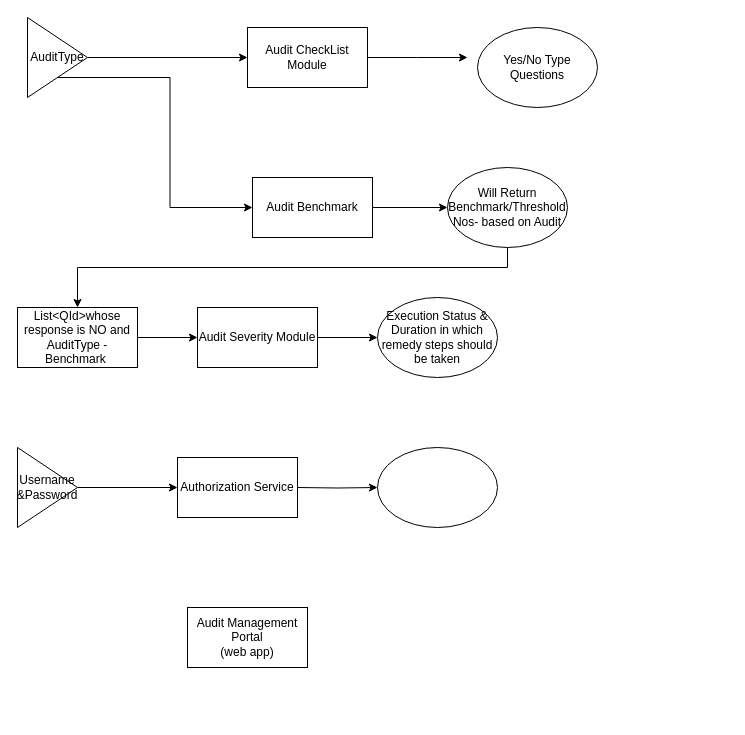
Earlier version of the draw.io diagram Untitled Diagram.drawio (div53/AuditManagement). Source tidied: cells renumbered, new cells numbered last; positions are measured from the earlier drawing's top-left corner, leaving out a move shared by most shapes. Both pictures are drawn from the tidied source at 100%, with x=0, y=0 at pixel (17, 17).
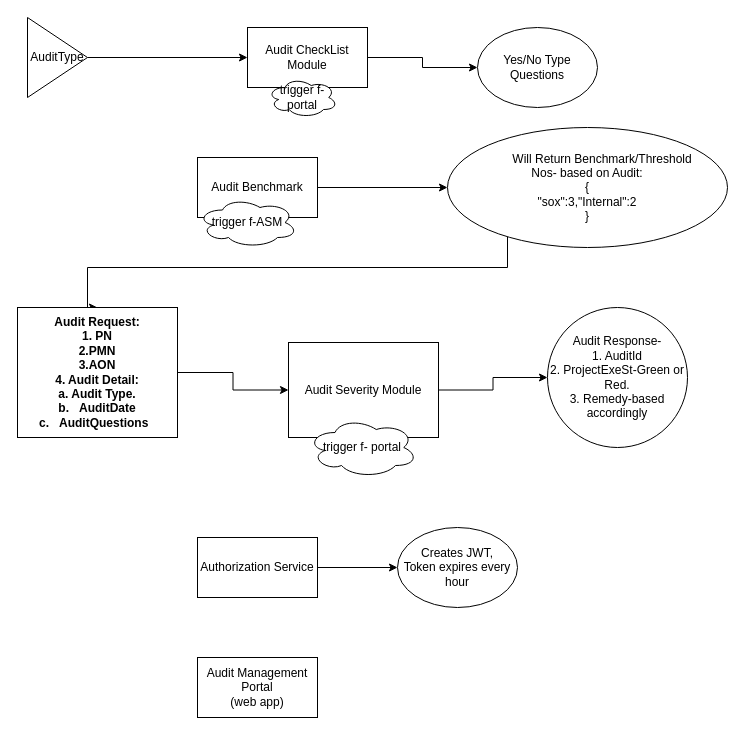
The same page after the edit.

The change refers to these unchanged cells:
```xml
<mxCell id="4" value="Audit CheckList&lt;br&gt;Module" style="rounded=0;whiteSpace=wrap;html=1;" parent="2" vertex="1">
  <mxGeometry x="220" y="10" width="120" height="60" as="geometry" />
</mxCell>
<mxCell id="6" value="AuditType" style="triangle;whiteSpace=wrap;html=1;" parent="2" vertex="1">
  <mxGeometry width="60" height="80" as="geometry" />
</mxCell>
<mxCell id="7" value="Yes/No Type Questions" style="ellipse;whiteSpace=wrap;html=1;" parent="2" vertex="1">
  <mxGeometry x="450" y="10" width="120" height="80" as="geometry" />
</mxCell>
```

What changed in the source:
```diff
@@
     <mxCell id="2" style="group;" parent="1" vertex="1">
-      <mxGeometry x="10" width="570" height="90" as="geometry" />
+      <mxGeometry x="10" width="570" height="100" as="geometry" />
     </mxCell>
-    <mxCell id="3" style="edgeStyle=orthogonalEdgeStyle;rounded=0;jettySize=auto;html=1;exitX=1;exitY=0.5;exitDx=0;exitDy=0;" parent="2" edge="1" source="4">
-      <mxGeometry relative="1" as="geometry">
-        <mxPoint x="440" y="40" as="targetPoint" />
-      </mxGeometry>
+    <mxCell id="3" style="edgeStyle=orthogonalEdgeStyle;rounded=0;jettySize=auto;html=1;exitX=1;exitY=0.5;exitDx=0;exitDy=0;entryX=0;entryY=0.5;entryDx=0;entryDy=0;" parent="2" edge="1" source="4" target="7">
+      <mxGeometry relative="1" as="geometry" />
     </mxCell>
@@
+    <mxCell id="24" value="trigger f-portal" style="ellipse;shape=cloud;whiteSpace=wrap;html=1;" parent="2" vertex="1">
+      <mxGeometry x="240" y="60" width="70" height="40" as="geometry" />
+    </mxCell>
@@
     <mxCell id="9" value="Audit Benchmark" style="rounded=0;whiteSpace=wrap;html=1;" parent="1" vertex="1">
-      <mxGeometry x="235" y="160" width="120" height="60" as="geometry" />
+      <mxGeometry x="180" y="140" width="120" height="60" as="geometry" />
     </mxCell>
     <mxCell id="10" style="edgeStyle=orthogonalEdgeStyle;rounded=0;jettySize=auto;html=1;entryX=0.5;entryY=0;entryDx=0;entryDy=0;" parent="1" edge="1" source="11" target="14">
       <mxGeometry relative="1" as="geometry">
         <Array as="points">
           <mxPoint x="490" y="250" />
-          <mxPoint x="60" y="250" />
+          <mxPoint x="70" y="250" />
+          <mxPoint x="70" y="290" />
         </Array>
       </mxGeometry>
     </mxCell>
-    <mxCell id="11" value="Will Return Benchmark/Threshold Nos- based on Audit" style="ellipse;whiteSpace=wrap;html=1;" parent="1" vertex="1">
-      <mxGeometry x="430" y="150" width="120" height="80" as="geometry" />
+    <mxCell id="11" value="&amp;nbsp; &amp;nbsp; &amp;nbsp; &amp;nbsp; &amp;nbsp;Will Return Benchmark/Threshold &lt;br&gt;Nos- based on Audit:&lt;br&gt;{&lt;br&gt;&quot;sox&quot;:3,&quot;Internal&quot;:2&lt;br&gt;}" style="ellipse;whiteSpace=wrap;html=1;" parent="1" vertex="1">
+      <mxGeometry x="430" y="110" width="280" height="120" as="geometry" />
     </mxCell>
-    <mxCell id="12" style="edgeStyle=orthogonalEdgeStyle;rounded=0;jettySize=auto;html=1;exitX=0.5;exitY=1;exitDx=0;exitDy=0;entryX=0;entryY=0.5;entryDx=0;entryDy=0;" parent="1" edge="1" source="6" target="9">
-      <mxGeometry relative="1" as="geometry" />
-    </mxCell>
@@
-    <mxCell id="14" value="List&amp;lt;QId&amp;gt;whose response is NO and AuditType - Benchmark&amp;nbsp;" style="rounded=0;whiteSpace=wrap;html=1;" parent="1" vertex="1">
-      <mxGeometry y="290" width="120" height="60" as="geometry" />
+    <mxCell id="14" value="&lt;b&gt;Audit Request:&lt;br&gt;1. PN&lt;br&gt;2.PMN&lt;br&gt;3.AON&lt;br&gt;4. Audit Detail:&lt;br&gt;a. Audit Type.&lt;br&gt;b.&amp;nbsp; &amp;nbsp;AuditDate&lt;br&gt;c.&amp;nbsp; &amp;nbsp;AuditQuestions&amp;nbsp;&amp;nbsp;&lt;br&gt;&lt;/b&gt;" style="rounded=0;whiteSpace=wrap;html=1;" parent="1" vertex="1">
+      <mxGeometry y="290" width="160" height="130" as="geometry" />
     </mxCell>
@@
-    <mxCell id="16" value="Audit Severity Module" style="rounded=0;whiteSpace=wrap;html=1;" parent="1" vertex="1">
-      <mxGeometry x="180" y="290" width="120" height="60" as="geometry" />
+    <mxCell id="16" value="Audit Severity Module&lt;br&gt;" style="rounded=0;whiteSpace=wrap;html=1;" parent="1" vertex="1">
+      <mxGeometry x="271" y="325" width="150" height="95" as="geometry" />
     </mxCell>
-    <mxCell id="17" value="Execution Status &amp;amp; Duration in which remedy steps should be taken" style="ellipse;whiteSpace=wrap;html=1;" parent="1" vertex="1">
-      <mxGeometry x="360" y="280" width="120" height="80" as="geometry" />
+    <mxCell id="17" value="Audit Response-&lt;br&gt;1. AuditId&lt;br&gt;2. ProjectExeSt-Green or Red.&lt;br&gt;3. Remedy-based accordingly&lt;br&gt;" style="ellipse;whiteSpace=wrap;html=1;" parent="1" vertex="1">
+      <mxGeometry x="530" y="290" width="140" height="140" as="geometry" />
     </mxCell>
-    <mxCell id="18" style="edgeStyle=orthogonalEdgeStyle;rounded=0;jettySize=auto;html=1;" parent="1" edge="1" target="19">
-      <mxGeometry relative="1" as="geometry">
-        <mxPoint x="280" y="470" as="sourcePoint" />
-      </mxGeometry>
-    </mxCell>
+    <mxCell id="23" value="Audit Management Portal&lt;br&gt;(web app)" style="rounded=0;whiteSpace=wrap;html=1;" parent="1" vertex="1">
+      <mxGeometry x="180" y="640" width="120" height="60" as="geometry" />
+    </mxCell>
+    <mxCell id="25" style="group;" parent="1" vertex="1">
+      <mxGeometry y="500" width="500" height="110" as="geometry" />
+    </mxCell>
-    <mxCell id="19" style="ellipse;whiteSpace=wrap;html=1;" parent="1" vertex="1">
-      <mxGeometry x="360" y="430" width="120" height="80" as="geometry" />
+    <mxCell id="19" value="Creates JWT,&lt;br&gt;Token expires every hour" style="ellipse;whiteSpace=wrap;html=1;" parent="25" vertex="1">
+      <mxGeometry x="380" y="10" width="120" height="80" as="geometry" />
     </mxCell>
+    <mxCell id="26" style="edgeStyle=orthogonalEdgeStyle;rounded=0;jettySize=auto;html=1;entryX=0;entryY=0.5;entryDx=0;entryDy=0;" parent="25" edge="1" source="20" target="19">
+      <mxGeometry relative="1" as="geometry" />
+    </mxCell>
-    <mxCell id="20" value="Authorization Service" style="rounded=0;whiteSpace=wrap;html=1;" parent="1" vertex="1">
-      <mxGeometry x="160" y="440" width="120" height="60" as="geometry" />
+    <mxCell id="20" value="Authorization Service" style="rounded=0;whiteSpace=wrap;html=1;" parent="25" vertex="1">
+      <mxGeometry x="180" y="20" width="120" height="60" as="geometry" />
     </mxCell>
-    <mxCell id="21" style="edgeStyle=orthogonalEdgeStyle;rounded=0;jettySize=auto;html=1;" parent="1" edge="1" source="22" target="20">
-      <mxGeometry relative="1" as="geometry" />
-    </mxCell>
-    <mxCell id="22" value="Username &amp;amp;Password" style="triangle;whiteSpace=wrap;html=1;" parent="1" vertex="1">
-      <mxGeometry y="430" width="60" height="80" as="geometry" />
-    </mxCell>
-    <mxCell id="23" value="Audit Management Portal&lt;br&gt;(web app)" style="rounded=0;whiteSpace=wrap;html=1;" parent="1" vertex="1">
-      <mxGeometry x="170" y="590" width="120" height="60" as="geometry" />
-    </mxCell>
+    <mxCell id="27" value="trigger f-ASM" style="ellipse;shape=cloud;whiteSpace=wrap;html=1;" parent="1" vertex="1">
+      <mxGeometry x="180" y="180" width="100" height="50" as="geometry" />
+    </mxCell>
+    <mxCell id="28" value="trigger f- portal" style="ellipse;shape=cloud;whiteSpace=wrap;html=1;" parent="1" vertex="1">
+      <mxGeometry x="290" y="400" width="110" height="60" as="geometry" />
+    </mxCell>
```
